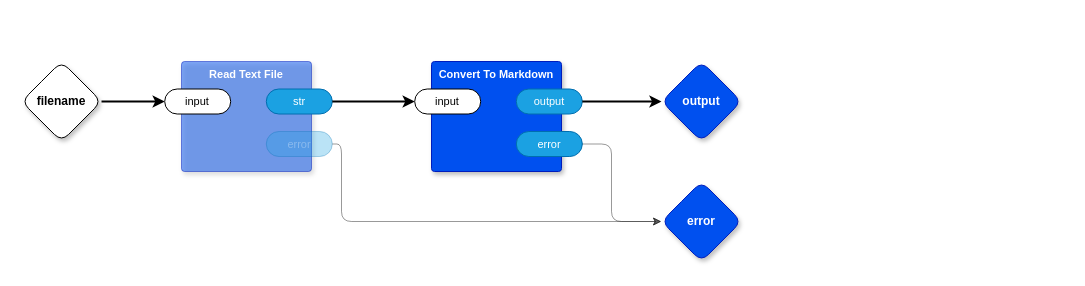
Before: page "main" (1 of 8) of src/top.drawio in guitarvydas/kinopio2md, a draw.io diagram. Source tidied: cells renumbered, new cells numbered last; positions are measured from the earlier drawing's top-left corner, leaving out a move shared by most shapes. Both pictures are drawn from the tidied source at 100%, with x=0, y=0 at pixel (21, 61).
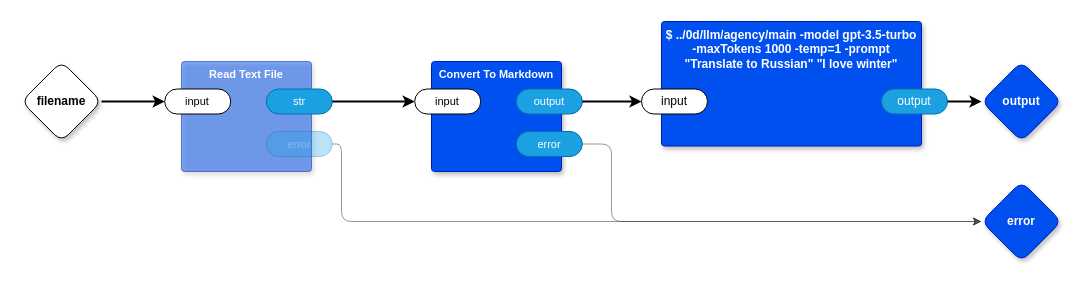
The same diagram, later.

Commit message (it also covers changes not shown here):
begin agency - just trigger Russian translation

The change refers to these unchanged cells:
```xml
<mxCell id="13" value="output" style="rounded=1;whiteSpace=wrap;html=1;sketch=0;points=[[0,0.5,0,0,0],[1,0.5,0,0,0]];fillColor=#1ba1e2;fontColor=#ffffff;strokeColor=#006EAF;arcSize=50;fontFamily=Helvetica;fontSize=11;strokeWidth=1;" parent="11" vertex="1">
  <mxGeometry x="84.8" y="27.5" width="66" height="25" as="geometry" />
</mxCell>
```

What changed in the source:
```diff
@@
     <mxCell id="4" value="output" style="rhombus;whiteSpace=wrap;html=1;rounded=1;fillColor=#0050ef;fontColor=#ffffff;strokeColor=#001DBC;fontStyle=1;glass=0;sketch=0;fontSize=12;points=[[0,0.5,0,0,0],[0.5,0,0,0,0],[0.5,1,0,0,0],[1,0.5,0,0,0]];shadow=1;strokeWidth=1;" parent="1" vertex="1">
-      <mxGeometry x="640" width="80" height="80" as="geometry" />
+      <mxGeometry x="960" width="80" height="80" as="geometry" />
     </mxCell>
     <mxCell id="5" value="error" style="rhombus;whiteSpace=wrap;html=1;rounded=1;fillColor=#0050ef;fontColor=#ffffff;strokeColor=#001DBC;fontStyle=1;glass=0;sketch=0;fontSize=12;points=[[0,0.5,0,0,0],[0.5,0,0,0,0],[0.5,1,0,0,0],[1,0.5,0,0,0]];shadow=1;strokeWidth=1;" parent="1" vertex="1">
-      <mxGeometry x="640" y="120" width="80" height="80" as="geometry" />
+      <mxGeometry x="960" y="120" width="80" height="80" as="geometry" />
     </mxCell>
@@
-    <mxCell id="16" style="edgeStyle=orthogonalEdgeStyle;rounded=0;jettySize=auto;html=1;exitX=1;exitY=0.5;exitDx=0;exitDy=0;exitPerimeter=0;entryX=0;entryY=0.5;entryDx=0;entryDy=0;entryPerimeter=0;strokeWidth=2;" parent="1" edge="1" source="13" target="4">
-      <mxGeometry relative="1" as="geometry" />
-    </mxCell>
@@
+    <mxCell id="18" value="$ ../0d/llm/agency/main -model gpt-3.5-turbo -maxTokens 1000 -temp=1 -prompt &quot;Translate to Russian&quot; &quot;I love winter&quot;" style="rounded=1;whiteSpace=wrap;html=1;sketch=0;verticalAlign=top;arcSize=6;fontStyle=1;absoluteArcSize=1;shadow=1;strokeColor=#001DBC;fillColor=#0050ef;fontColor=#ffffff;" parent="1" vertex="1">
+      <mxGeometry x="640" y="-40" width="260" height="124.5" as="geometry" />
+    </mxCell>
+    <mxCell id="19" value="input" style="rounded=1;whiteSpace=wrap;html=1;sketch=0;points=[[0,0.5,0,0,0],[1,0.5,0,0,0]];arcSize=50;" parent="18" vertex="1">
+      <mxGeometry x="-20" y="67.5" width="66" height="25" as="geometry" />
+    </mxCell>
+    <mxCell id="20" value="output" style="rounded=1;whiteSpace=wrap;html=1;sketch=0;points=[[0,0.5,0,0,0],[1,0.5,0,0,0]];fillColor=#1ba1e2;fontColor=#ffffff;strokeColor=#006EAF;arcSize=50;" parent="18" vertex="1">
+      <mxGeometry x="220" y="67.5" width="66" height="25" as="geometry" />
+    </mxCell>
+    <mxCell id="21" style="edgeStyle=orthogonalEdgeStyle;rounded=1;jettySize=auto;html=1;exitX=1;exitY=0.5;exitDx=0;exitDy=0;exitPerimeter=0;entryX=0;entryY=0.5;entryDx=0;entryDy=0;entryPerimeter=0;curved=0;strokeWidth=2;" parent="1" edge="1" source="13" target="19">
+      <mxGeometry relative="1" as="geometry" />
+    </mxCell>
+    <mxCell id="22" style="edgeStyle=orthogonalEdgeStyle;shape=connector;curved=0;rounded=1;jettySize=auto;html=1;labelBackgroundColor=default;strokeColor=default;strokeWidth=2;align=center;verticalAlign=middle;fontFamily=Helvetica;fontSize=11;fontColor=default;endArrow=classic;" parent="1" edge="1" source="20" target="4">
+      <mxGeometry relative="1" as="geometry" />
+    </mxCell>
```
